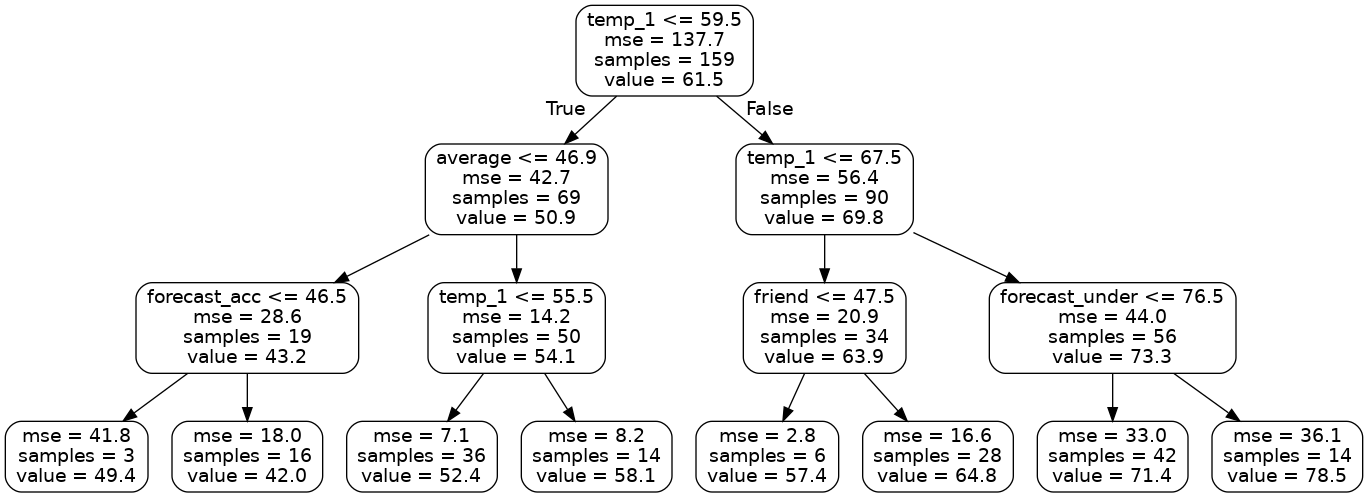
Earlier version of the Graphviz export engin3AI/small_tree.png (williambalea/inf3995). Its source is kept beside it as engin3AI/small_tree.dot.
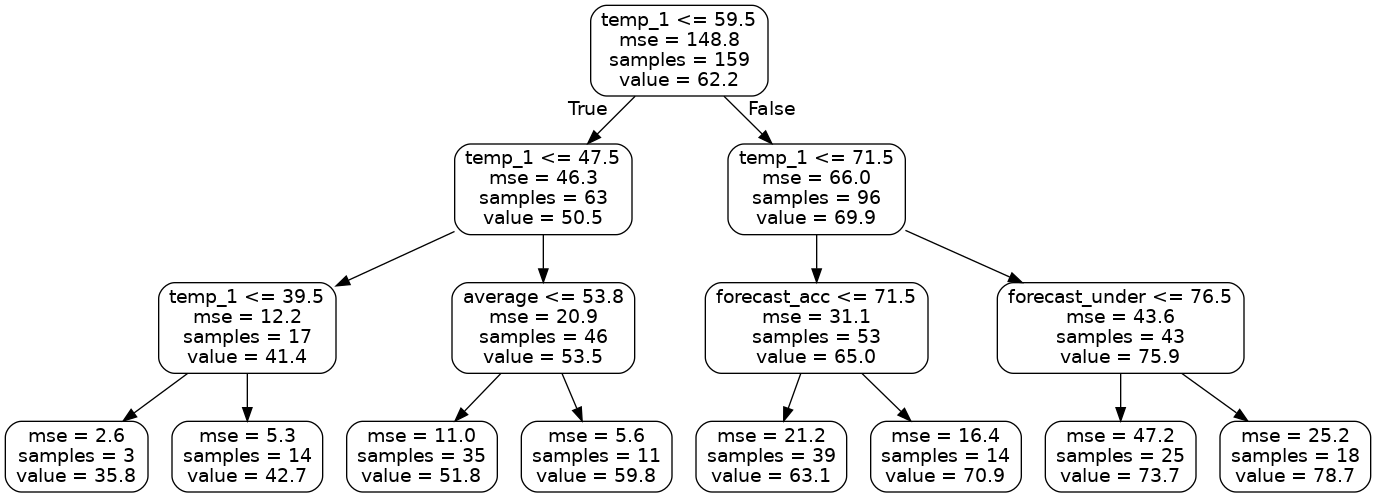
Later version of the same file.

Commit message:
[Dalyna]: add second tree png and two charts

Diff of the diagram source:
```diff
@@ -1,33 +1,33 @@
 digraph Tree {
 node [shape=box, style="rounded", color="black", fontname=helvetica] ;
 edge [fontname=helvetica] ;
-0 [label="temp_1 <= 59.5\nmse = 137.7\nsamples = 159\nvalue = 61.5"] ;
-1 [label="average <= 46.9\nmse = 42.7\nsamples = 69\nvalue = 50.9"] ;
+0 [label="temp_1 <= 59.5\nmse = 148.8\nsamples = 159\nvalue = 62.2"] ;
+1 [label="temp_1 <= 47.5\nmse = 46.3\nsamples = 63\nvalue = 50.5"] ;
 0 -> 1 [labeldistance=2.5, labelangle=45, headlabel="True"] ;
-2 [label="forecast_acc <= 46.5\nmse = 28.6\nsamples = 19\nvalue = 43.2"] ;
+2 [label="temp_1 <= 39.5\nmse = 12.2\nsamples = 17\nvalue = 41.4"] ;
 1 -> 2 ;
-3 [label="mse = 41.8\nsamples = 3\nvalue = 49.4"] ;
+3 [label="mse = 2.6\nsamples = 3\nvalue = 35.8"] ;
 2 -> 3 ;
-4 [label="mse = 18.0\nsamples = 16\nvalue = 42.0"] ;
+4 [label="mse = 5.3\nsamples = 14\nvalue = 42.7"] ;
 2 -> 4 ;
-5 [label="temp_1 <= 55.5\nmse = 14.2\nsamples = 50\nvalue = 54.1"] ;
+5 [label="average <= 53.8\nmse = 20.9\nsamples = 46\nvalue = 53.5"] ;
 1 -> 5 ;
-6 [label="mse = 7.1\nsamples = 36\nvalue = 52.4"] ;
+6 [label="mse = 11.0\nsamples = 35\nvalue = 51.8"] ;
 5 -> 6 ;
-7 [label="mse = 8.2\nsamples = 14\nvalue = 58.1"] ;
+7 [label="mse = 5.6\nsamples = 11\nvalue = 59.8"] ;
 5 -> 7 ;
-8 [label="temp_1 <= 67.5\nmse = 56.4\nsamples = 90\nvalue = 69.8"] ;
+8 [label="temp_1 <= 71.5\nmse = 66.0\nsamples = 96\nvalue = 69.9"] ;
 0 -> 8 [labeldistance=2.5, labelangle=-45, headlabel="False"] ;
-9 [label="friend <= 47.5\nmse = 20.9\nsamples = 34\nvalue = 63.9"] ;
+9 [label="forecast_acc <= 71.5\nmse = 31.1\nsamples = 53\nvalue = 65.0"] ;
 8 -> 9 ;
-10 [label="mse = 2.8\nsamples = 6\nvalue = 57.4"] ;
+10 [label="mse = 21.2\nsamples = 39\nvalue = 63.1"] ;
 9 -> 10 ;
-11 [label="mse = 16.6\nsamples = 28\nvalue = 64.8"] ;
+11 [label="mse = 16.4\nsamples = 14\nvalue = 70.9"] ;
 9 -> 11 ;
-12 [label="forecast_under <= 76.5\nmse = 44.0\nsamples = 56\nvalue = 73.3"] ;
+12 [label="forecast_under <= 76.5\nmse = 43.6\nsamples = 43\nvalue = 75.9"] ;
 8 -> 12 ;
-13 [label="mse = 33.0\nsamples = 42\nvalue = 71.4"] ;
+13 [label="mse = 47.2\nsamples = 25\nvalue = 73.7"] ;
 12 -> 13 ;
-14 [label="mse = 36.1\nsamples = 14\nvalue = 78.5"] ;
+14 [label="mse = 25.2\nsamples = 18\nvalue = 78.7"] ;
 12 -> 14 ;
 }
```
